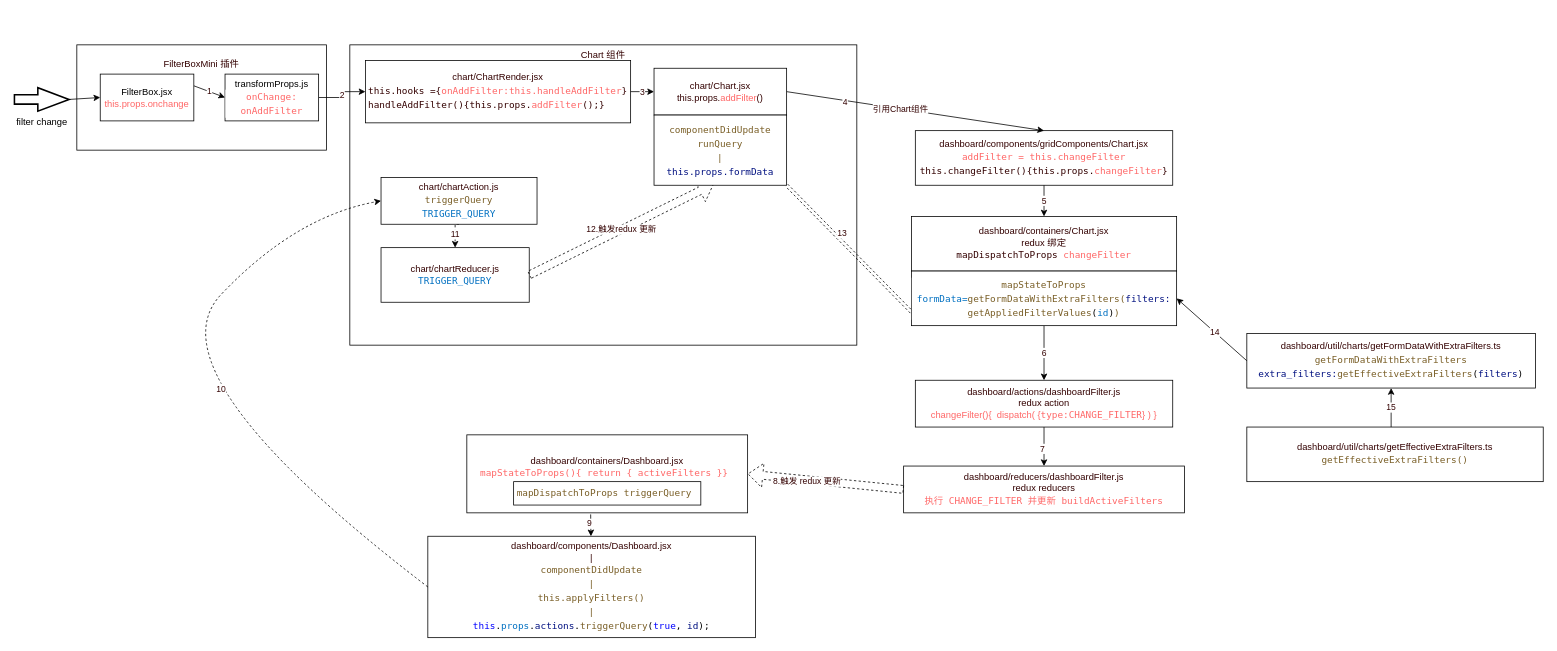
Earlier version of the draw.io diagram superset-filterChart_update_chart.drawio (wbbhacker/drawFile). Source tidied: cells renumbered, new cells numbered last; positions are measured from the earlier drawing's top-left corner, leaving out a move shared by most shapes. Both pictures are drawn from the tidied source at 78%, with x=0, y=0 at pixel (14, 44).
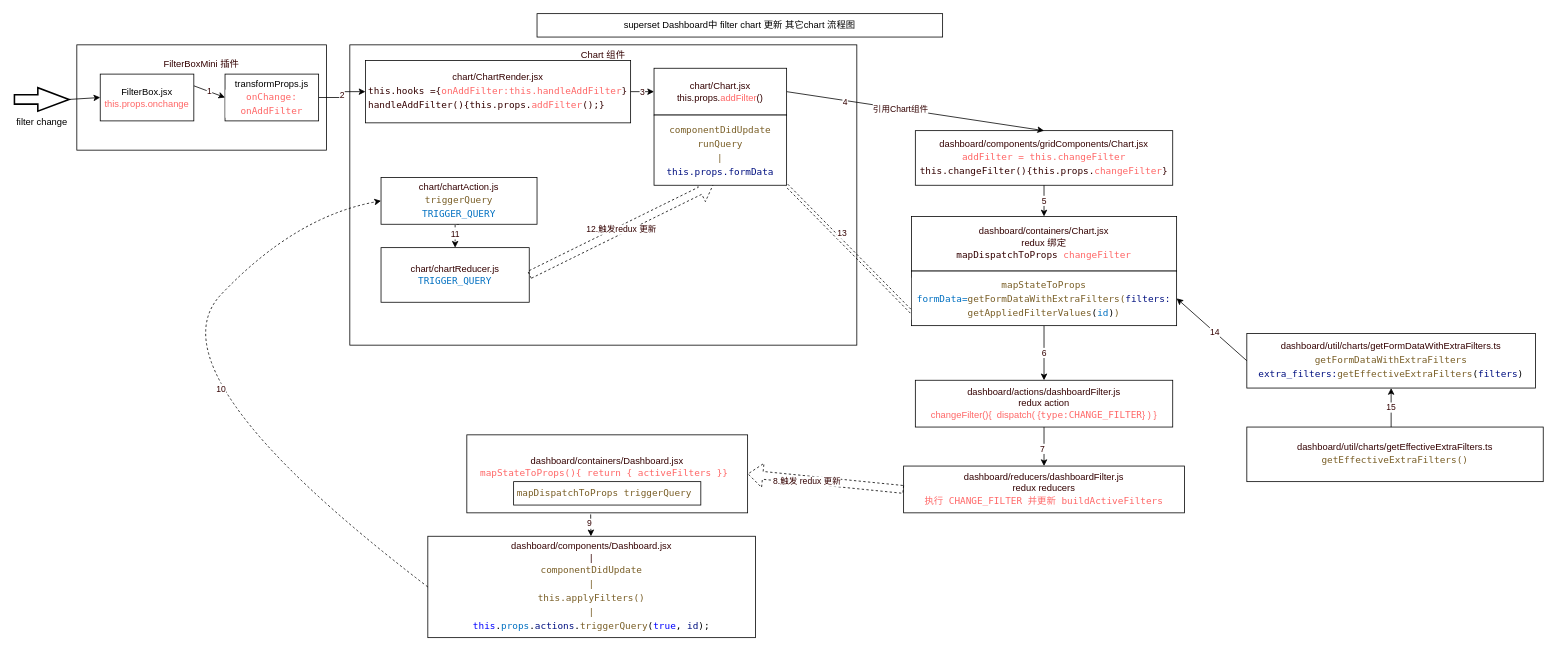
The same diagram, later.

Change to the diagram source:
```diff
@@
+    <mxCell id="50" value="superset Dashboard中 filter chart 更新 其它chart 流程图" style="rounded=0;whiteSpace=wrap;html=1;" parent="1" vertex="1">
+      <mxGeometry x="670" y="-40" width="520" height="30" as="geometry" />
+    </mxCell>
```
